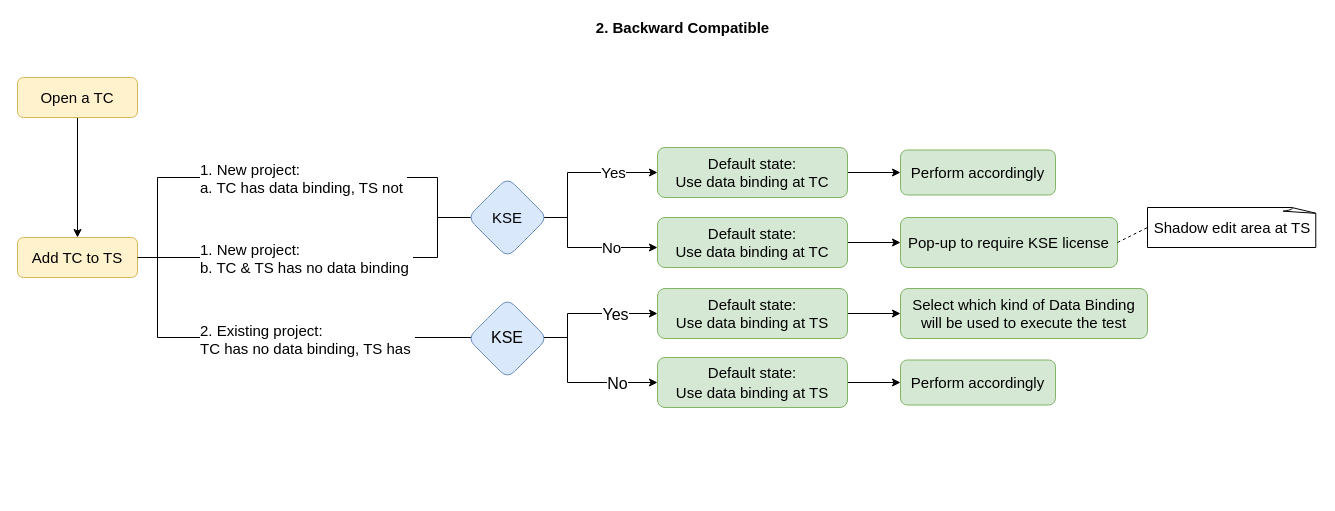
Earlier version of the draw.io diagram page "backward-compatible" (2 of 2) of Untitled Diagram.drawio (nhpthuy/chart). Source tidied: cells renumbered, new cells numbered last; positions are measured from the earlier drawing's top-left corner, leaving out a move shared by most shapes. Both pictures are drawn from the tidied source at 100%, with x=0, y=0 at pixel (17, 17).
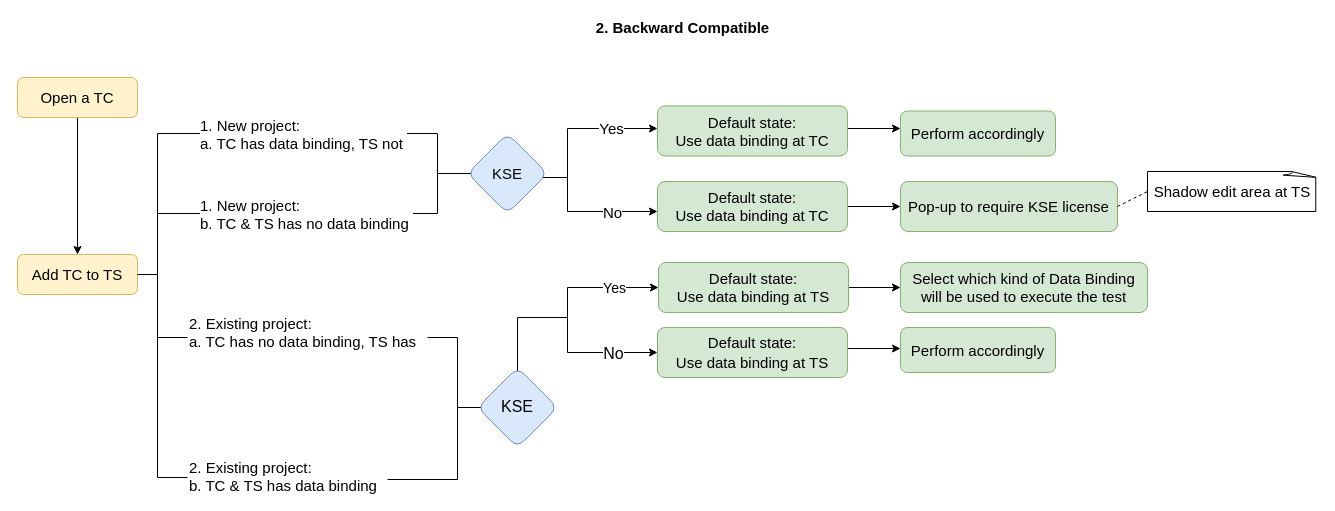
The same diagram, later.

The edit, as a diff of the source:
```diff
@@
-    <mxCell id="5" style="edgeStyle=orthogonalEdgeStyle;rounded=0;jettySize=auto;html=1;fontSize=15;exitX=1;exitY=0.5;exitDx=0;exitDy=0;" parent="1" edge="1" source="6">
+    <mxCell id="5" style="edgeStyle=orthogonalEdgeStyle;rounded=0;orthogonalLoop=1;jettySize=auto;html=1;fontSize=15;" parent="1" edge="1">
       <mxGeometry relative="1" as="geometry">
-        <mxPoint x="470" y="200" as="targetPoint" />
+        <mxPoint x="140" y="196" as="sourcePoint" />
+        <mxPoint x="470" y="156" as="targetPoint" />
         <Array as="points">
-          <mxPoint x="140" y="240" />
-          <mxPoint x="140" y="160" />
-          <mxPoint x="420" y="160" />
-          <mxPoint x="420" y="200" />
+          <mxPoint x="140" y="196" />
+          <mxPoint x="140" y="116" />
+          <mxPoint x="420" y="116" />
+          <mxPoint x="420" y="156" />
         </Array>
       </mxGeometry>
     </mxCell>
     <mxCell id="6" value="Add TC to TS" style="rounded=1;whiteSpace=wrap;html=1;fontSize=15;glass=0;strokeWidth=1;shadow=0;fillColor=#fff2cc;strokeColor=#d6b656;" parent="1" vertex="1">
-      <mxGeometry y="220" width="120" height="40" as="geometry" />
+      <mxGeometry y="237" width="120" height="40" as="geometry" />
     </mxCell>
     <mxCell id="7" value="1. New project:&lt;br&gt;a. TC has data binding, TS not&amp;nbsp;" style="edgeLabel;html=1;align=left;verticalAlign=middle;fontSize=15;" parent="1" vertex="1">
-      <mxGeometry x="181" y="160" as="geometry" />
+      <mxGeometry x="181" y="116" as="geometry" />
     </mxCell>
-    <mxCell id="8" style="edgeStyle=orthogonalEdgeStyle;rounded=0;jettySize=auto;html=1;fontSize=15;entryX=0;entryY=0.5;entryDx=0;entryDy=0;" parent="1" edge="1" target="11">
-      <mxGeometry relative="1" as="geometry">
-        <mxPoint x="140" y="240" as="sourcePoint" />
-        <Array as="points">
-          <mxPoint x="140" y="320" />
-          <mxPoint x="550" y="320" />
-          <mxPoint x="550" y="296" />
-        </Array>
-      </mxGeometry>
-    </mxCell>
-    <mxCell id="9" value="Yes" style="edgeLabel;html=1;align=center;verticalAlign=middle;fontSize=16;" parent="8" vertex="1">
-      <mxGeometry x="0.8" y="-3" relative="1" as="geometry">
-        <mxPoint x="17" y="-3" as="offset" />
-      </mxGeometry>
-    </mxCell>
@@
     <mxCell id="11" value="Default state: &lt;br&gt;Use data binding at TS" style="rounded=1;whiteSpace=wrap;html=1;fontSize=15;glass=0;strokeWidth=1;shadow=0;fillColor=#d5e8d4;strokeColor=#82b366;" parent="1" vertex="1">
-      <mxGeometry x="640" y="271" width="190" height="50" as="geometry" />
+      <mxGeometry x="641" y="245" width="190" height="50" as="geometry" />
     </mxCell>
-    <mxCell id="12" value="2. Existing project:&lt;br&gt;TC has no data binding, TS has&amp;nbsp;" style="edgeLabel;html=1;align=left;verticalAlign=middle;fontSize=15;" parent="1" vertex="1">
-      <mxGeometry x="181" y="321" as="geometry" />
+    <mxCell id="12" value="2. Existing project:&lt;br&gt;a. TC has no data binding, TS has&amp;nbsp;" style="edgeLabel;html=1;align=left;verticalAlign=middle;fontSize=15;" parent="1" vertex="1">
+      <mxGeometry x="170" y="314" as="geometry" />
     </mxCell>
     <mxCell id="13" style="edgeStyle=orthogonalEdgeStyle;rounded=0;orthogonalLoop=1;jettySize=auto;html=1;entryX=0;entryY=0.5;entryDx=0;entryDy=0;fontSize=15;" parent="1" edge="1">
       <mxGeometry relative="1" as="geometry">
-        <mxPoint x="490" y="200" as="sourcePoint" />
-        <mxPoint x="640" y="230" as="targetPoint" />
+        <mxPoint x="490" y="164" as="sourcePoint" />
+        <mxPoint x="640" y="194" as="targetPoint" />
         <Array as="points">
-          <mxPoint x="550" y="200" />
-          <mxPoint x="550" y="230" />
+          <mxPoint x="490" y="160" />
+          <mxPoint x="550" y="160" />
+          <mxPoint x="550" y="194" />
         </Array>
       </mxGeometry>
     </mxCell>
     <mxCell id="14" value="No" style="edgeLabel;html=1;align=center;verticalAlign=middle;fontSize=15;" parent="13" vertex="1">
       <mxGeometry y="1" relative="1" as="geometry">
-        <mxPoint x="43" as="offset" />
+        <mxPoint x="43" y="4" as="offset" />
       </mxGeometry>
     </mxCell>
-    <mxCell id="15" style="edgeStyle=orthogonalEdgeStyle;rounded=0;jettySize=auto;html=1;entryX=0;entryY=0.5;entryDx=0;entryDy=0;fontSize=15;" parent="1" edge="1" source="25" target="18">
+    <mxCell id="15" style="edgeStyle=orthogonalEdgeStyle;rounded=0;jettySize=auto;html=1;entryX=0;entryY=0.5;entryDx=0;entryDy=0;fontSize=15;" parent="1" edge="1" source="25">
       <mxGeometry relative="1" as="geometry">
+        <mxPoint x="640" y="111" as="targetPoint" />
         <Array as="points">
-          <mxPoint x="550" y="200" />
-          <mxPoint x="550" y="155" />
+          <mxPoint x="550" y="160" />
+          <mxPoint x="550" y="111" />
         </Array>
       </mxGeometry>
     </mxCell>
@@
-    <mxCell id="17" style="edgeStyle=orthogonalEdgeStyle;rounded=0;jettySize=auto;html=1;fontSize=16;" parent="1" edge="1" source="18" target="32">
-      <mxGeometry relative="1" as="geometry" />
+    <mxCell id="17" style="edgeStyle=orthogonalEdgeStyle;rounded=0;orthogonalLoop=1;jettySize=auto;html=1;fontSize=16;" parent="1" edge="1">
+      <mxGeometry relative="1" as="geometry">
+        <mxPoint x="830" y="111" as="sourcePoint" />
+        <mxPoint x="883" y="111" as="targetPoint" />
+      </mxGeometry>
     </mxCell>
     <mxCell id="18" value="Default state: &lt;br&gt;Use data binding at TC" style="rounded=1;whiteSpace=wrap;html=1;fontSize=15;glass=0;strokeWidth=1;shadow=0;fillColor=#d5e8d4;strokeColor=#82b366;" parent="1" vertex="1">
-      <mxGeometry x="640" y="130" width="190" height="50" as="geometry" />
+      <mxGeometry x="640" y="88.5" width="190" height="50" as="geometry" />
     </mxCell>
@@
     <mxCell id="20" value="Default state: &lt;br&gt;Use data binding at TC" style="rounded=1;whiteSpace=wrap;html=1;fontSize=15;glass=0;strokeWidth=1;shadow=0;fillColor=#d5e8d4;strokeColor=#82b366;" parent="1" vertex="1">
-      <mxGeometry x="640" y="200" width="190" height="50" as="geometry" />
+      <mxGeometry x="640" y="164" width="190" height="50" as="geometry" />
     </mxCell>
     <mxCell id="21" value="Pop-up to require KSE license" style="rounded=1;whiteSpace=wrap;html=1;fontSize=15;glass=0;strokeWidth=1;shadow=0;fillColor=#d5e8d4;strokeColor=#82b366;" parent="1" vertex="1">
-      <mxGeometry x="883" y="200" width="217" height="50" as="geometry" />
+      <mxGeometry x="883" y="164" width="217" height="50" as="geometry" />
     </mxCell>
     <mxCell id="22" value="Shadow edit area at TS" style="whiteSpace=wrap;html=1;shape=mxgraph.basic.document;fontSize=15;" parent="1" vertex="1">
-      <mxGeometry x="1130" y="190" width="170" height="40" as="geometry" />
+      <mxGeometry x="1130" y="154" width="170" height="40" as="geometry" />
     </mxCell>
@@
-    <mxCell id="24" style="endArrow=classic;html=1;rounded=0;fontSize=15;exitX=1;exitY=0.5;exitDx=0;exitDy=0;" parent="1" edge="1" source="6">
+    <mxCell id="24" style="endArrow=classic;html=1;rounded=0;fontSize=15;" parent="1" edge="1">
       <mxGeometry relative="1" as="geometry">
-        <mxPoint x="510" y="200" as="targetPoint" />
+        <mxPoint x="140" y="196" as="sourcePoint" />
+        <mxPoint x="510" y="156" as="targetPoint" />
         <Array as="points">
-          <mxPoint x="420" y="240" />
-          <mxPoint x="420" y="200" />
-          <mxPoint x="500" y="200" />
+          <mxPoint x="420" y="196" />
+          <mxPoint x="420" y="156" />
+          <mxPoint x="500" y="156" />
         </Array>
       </mxGeometry>
     </mxCell>
     <mxCell id="25" value="KSE" style="rhombus;whiteSpace=wrap;html=1;fontSize=15;fillColor=#dae8fc;strokeColor=#6c8ebf;rounded=1;glass=0;strokeWidth=1;shadow=0;" parent="1" vertex="1">
-      <mxGeometry x="450" y="160" width="80" height="80" as="geometry" />
+      <mxGeometry x="450" y="116" width="80" height="80" as="geometry" />
     </mxCell>
     <mxCell id="26" value="1. New project:&lt;br&gt;b. TC &amp;amp; TS has no data binding&amp;nbsp;" style="edgeLabel;html=1;align=left;verticalAlign=middle;fontSize=15;" parent="1" vertex="1">
-      <mxGeometry x="181" y="240" as="geometry" />
+      <mxGeometry x="181" y="196" as="geometry" />
     </mxCell>
     <mxCell id="27" style="edgeStyle=orthogonalEdgeStyle;rounded=0;jettySize=auto;html=1;fontSize=16;entryX=0;entryY=0.5;entryDx=0;entryDy=0;" parent="1" edge="1" target="31">
       <mxGeometry relative="1" as="geometry">
-        <mxPoint x="528" y="320" as="sourcePoint" />
+        <mxPoint x="550" y="300" as="sourcePoint" />
         <Array as="points">
-          <mxPoint x="550" y="320" />
-          <mxPoint x="550" y="365" />
+          <mxPoint x="550" y="335" />
         </Array>
       </mxGeometry>
     </mxCell>
     <mxCell id="28" value="No" style="edgeLabel;html=1;align=center;verticalAlign=middle;fontSize=16;" parent="27" vertex="1">
       <mxGeometry x="0.37" y="2" relative="1" as="geometry">
-        <mxPoint x="8" y="2" as="offset" />
+        <mxPoint x="-6" y="2" as="offset" />
       </mxGeometry>
     </mxCell>
-    <mxCell id="29" value="&lt;font style=&quot;font-size: 16px&quot;&gt;KSE&lt;/font&gt;" style="rhombus;whiteSpace=wrap;html=1;fontSize=17;rounded=1;fillColor=#dae8fc;strokeColor=#6c8ebf;" parent="1" vertex="1">
-      <mxGeometry x="450" y="281" width="80" height="80" as="geometry" />
-    </mxCell>
-    <mxCell id="30" style="edgeStyle=orthogonalEdgeStyle;rounded=0;jettySize=auto;html=1;entryX=0;entryY=0.5;entryDx=0;entryDy=0;fontSize=16;" parent="1" edge="1" source="31" target="33">
-      <mxGeometry relative="1" as="geometry" />
+    <mxCell id="30" style="edgeStyle=orthogonalEdgeStyle;rounded=0;orthogonalLoop=1;jettySize=auto;html=1;entryX=0;entryY=0.5;entryDx=0;entryDy=0;fontSize=16;" parent="1" edge="1">
+      <mxGeometry relative="1" as="geometry">
+        <mxPoint x="830" y="331" as="sourcePoint" />
+        <mxPoint x="883" y="331" as="targetPoint" />
+      </mxGeometry>
     </mxCell>
     <mxCell id="31" value="&lt;span style=&quot;font-size: 15px&quot;&gt;Default state:&lt;/span&gt;&lt;br style=&quot;font-size: 15px&quot;&gt;&lt;span style=&quot;font-size: 15px&quot;&gt;Use data binding at TS&lt;/span&gt;" style="rounded=1;whiteSpace=wrap;html=1;fontSize=16;fillColor=#d5e8d4;strokeColor=#82b366;" parent="1" vertex="1">
-      <mxGeometry x="640" y="340" width="190" height="50" as="geometry" />
+      <mxGeometry x="640" y="310" width="190" height="50" as="geometry" />
     </mxCell>
     <mxCell id="32" value="Perform accordingly" style="whiteSpace=wrap;html=1;fontSize=15;fillColor=#d5e8d4;strokeColor=#82b366;rounded=1;glass=0;strokeWidth=1;shadow=0;" parent="1" vertex="1">
-      <mxGeometry x="883" y="132.5" width="155" height="45" as="geometry" />
+      <mxGeometry x="883" y="93.5" width="155" height="45" as="geometry" />
     </mxCell>
     <mxCell id="33" value="Perform accordingly" style="whiteSpace=wrap;html=1;fontSize=15;fillColor=#d5e8d4;strokeColor=#82b366;rounded=1;glass=0;strokeWidth=1;shadow=0;" parent="1" vertex="1">
-      <mxGeometry x="883" y="342.5" width="155" height="45" as="geometry" />
+      <mxGeometry x="883" y="310" width="155" height="45" as="geometry" />
     </mxCell>
     <mxCell id="34" value="Select which kind of Data Binding will be used to execute the test" style="rounded=1;whiteSpace=wrap;html=1;fontSize=15;glass=0;strokeWidth=1;shadow=0;fillColor=#d5e8d4;strokeColor=#82b366;" parent="1" vertex="1">
-      <mxGeometry x="883" y="271" width="247" height="50" as="geometry" />
+      <mxGeometry x="883" y="245" width="247" height="50" as="geometry" />
     </mxCell>
+    <mxCell id="35" value="2. Existing project:&lt;br&gt;b. TC &amp;amp; TS has data binding" style="edgeLabel;html=1;align=left;verticalAlign=middle;fontSize=15;" parent="1" vertex="1">
+      <mxGeometry x="170" y="458" as="geometry" />
+    </mxCell>
+    <mxCell id="36" style="endArrow=none;html=1;rounded=0;fontSize=16;" parent="1" edge="1">
+      <mxGeometry relative="1" as="geometry">
+        <mxPoint x="170" y="460" as="sourcePoint" />
+        <mxPoint x="140" y="314" as="targetPoint" />
+        <Array as="points">
+          <mxPoint x="140" y="460" />
+        </Array>
+      </mxGeometry>
+    </mxCell>
+    <mxCell id="37" style="endArrow=none;html=1;rounded=0;fontSize=16;exitX=1;exitY=0.5;exitDx=0;exitDy=0;" parent="1" edge="1" source="6">
+      <mxGeometry relative="1" as="geometry">
+        <mxPoint x="140" y="320" as="targetPoint" />
+        <Array as="points">
+          <mxPoint x="140" y="257" />
+        </Array>
+      </mxGeometry>
+    </mxCell>
+    <mxCell id="38" style="endArrow=none;html=1;rounded=0;fontSize=16;" parent="1" edge="1">
+      <mxGeometry relative="1" as="geometry">
+        <mxPoint x="370" y="462" as="sourcePoint" />
+        <mxPoint x="440" y="320" as="targetPoint" />
+        <Array as="points">
+          <mxPoint x="440" y="462" />
+          <mxPoint x="440" y="390" />
+        </Array>
+      </mxGeometry>
+    </mxCell>
+    <mxCell id="39" style="endArrow=none;html=1;rounded=0;fontSize=16;" parent="1" edge="1">
+      <mxGeometry relative="1" as="geometry">
+        <mxPoint x="140" y="260" as="sourcePoint" />
+        <mxPoint x="140" y="190" as="targetPoint" />
+      </mxGeometry>
+    </mxCell>
+    <mxCell id="40" style="endArrow=none;html=1;rounded=0;fontSize=16;" parent="1" edge="1">
+      <mxGeometry relative="1" as="geometry">
+        <mxPoint x="140" y="320" as="sourcePoint" />
+        <mxPoint x="170" y="320" as="targetPoint" />
+      </mxGeometry>
+    </mxCell>
+    <mxCell id="41" style="endArrow=none;html=1;rounded=0;fontSize=16;" parent="1" edge="1">
+      <mxGeometry relative="1" as="geometry">
+        <mxPoint x="410" y="320" as="sourcePoint" />
+        <mxPoint x="440" y="320" as="targetPoint" />
+      </mxGeometry>
+    </mxCell>
+    <mxCell id="42" style="endArrow=none;html=1;rounded=0;fontSize=16;" parent="1" edge="1">
+      <mxGeometry relative="1" as="geometry">
+        <mxPoint x="440" y="390" as="sourcePoint" />
+        <mxPoint x="470" y="390" as="targetPoint" />
+      </mxGeometry>
+    </mxCell>
+    <mxCell id="43" style="endArrow=none;html=1;rounded=0;fontSize=16;exitX=0.5;exitY=0;exitDx=0;exitDy=0;" parent="1" edge="1">
+      <mxGeometry relative="1" as="geometry">
+        <mxPoint x="500" y="357" as="sourcePoint" />
+        <mxPoint x="500" y="300" as="targetPoint" />
+      </mxGeometry>
+    </mxCell>
+    <mxCell id="29" value="&lt;font style=&quot;font-size: 16px&quot;&gt;KSE&lt;/font&gt;" style="rhombus;whiteSpace=wrap;html=1;fontSize=17;rounded=1;fillColor=#dae8fc;strokeColor=#6c8ebf;" parent="1" vertex="1">
+      <mxGeometry x="460" y="350" width="80" height="80" as="geometry" />
+    </mxCell>
+    <mxCell id="44" style="endArrow=classic;html=1;rounded=0;fontSize=16;entryX=0;entryY=0.5;entryDx=0;entryDy=0;" parent="1" edge="1" target="11">
+      <mxGeometry relative="1" as="geometry">
+        <mxPoint x="500" y="300" as="sourcePoint" />
+        <Array as="points">
+          <mxPoint x="550" y="300" />
+          <mxPoint x="550" y="270" />
+        </Array>
+      </mxGeometry>
+    </mxCell>
+    <mxCell id="9" value="&lt;font style=&quot;font-size: 14px&quot;&gt;Yes&lt;/font&gt;" style="edgeLabel;html=1;align=center;verticalAlign=middle;fontSize=16;" parent="44" vertex="1">
+      <mxGeometry x="0.47" y="1" relative="1" as="geometry" />
+    </mxCell>
```
